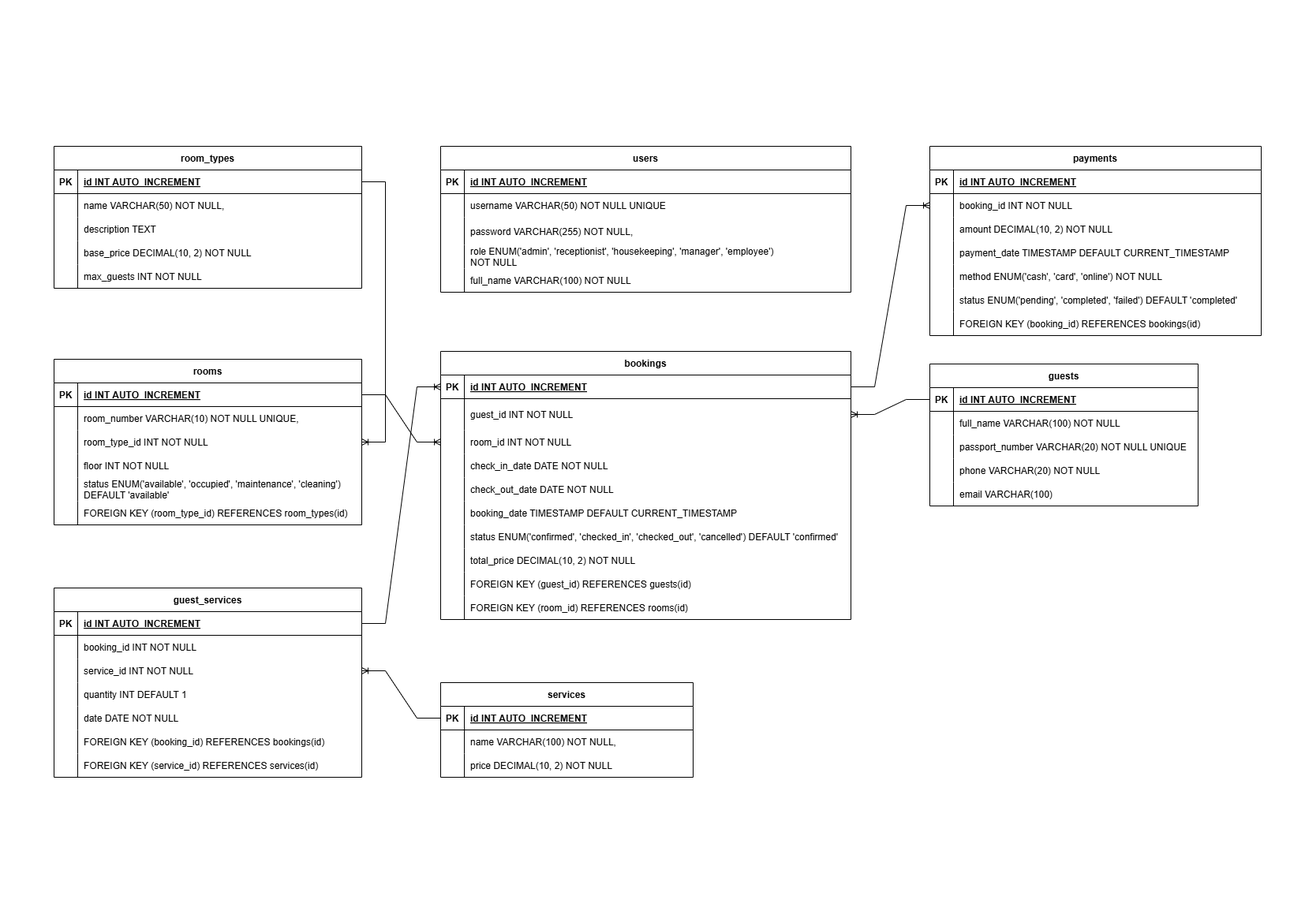
Earlier version of the draw.io export db_shema.png (Ann-Trsv/alma_hotel). Source tidied: cells renumbered, new cells last; positions are measured from the earlier drawing's top-left corner, leaving out a move shared by most shapes.
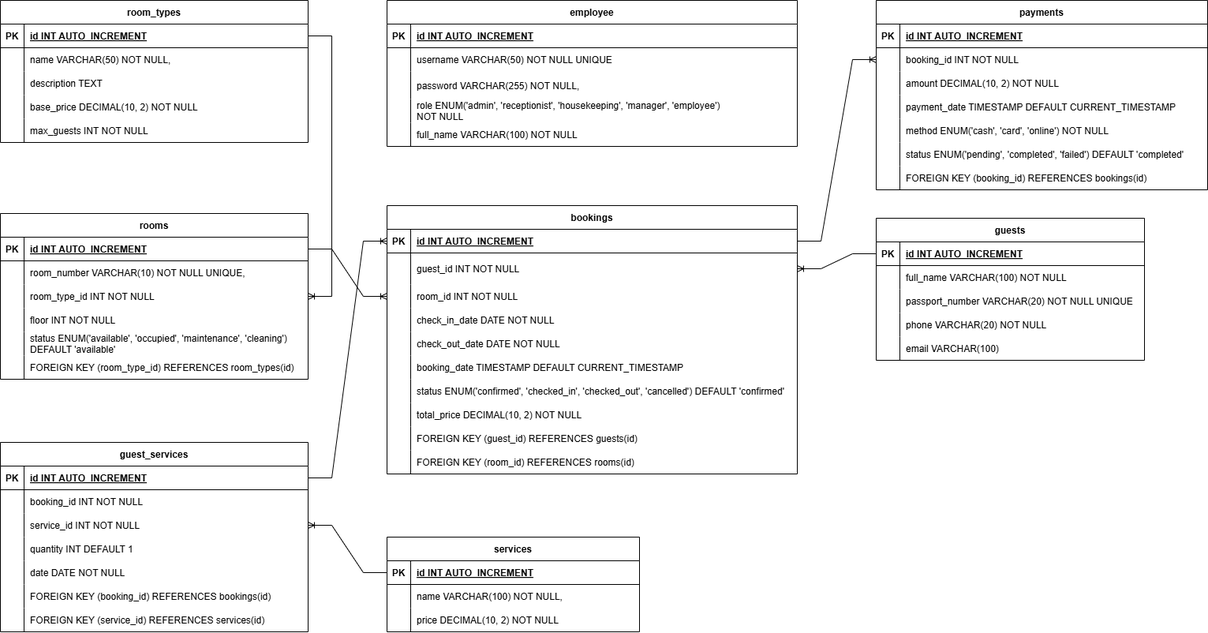
Later version of the same file.

Commit message:
Обновление схемы db_shema.png

Diff of the diagram source:
```diff
@@ -2,7 +2,7 @@
   <root>
     <mxCell id="0" />
     <mxCell id="1" parent="0" />
-    <mxCell id="2" value="users" style="shape=table;startSize=30;rowLines=0;fontStyle=1;align=center;" parent="1" vertex="1">
+    <mxCell id="2" value="employee" style="shape=table;startSize=30;rowLines=0;fontStyle=1;align=center;" parent="1" vertex="1">
       <mxGeometry x="490" y="200" width="520" height="185" as="geometry" />
     </mxCell>
     <mxCell id="3" style="shape=tableRow;horizontal=0;startSize=0;swimlaneHead=0;swimlaneBody=0;fillColor=none;strokeColor=inherit;top=0;left=0;right=0;bottom=1;" parent="2" vertex="1">
```
